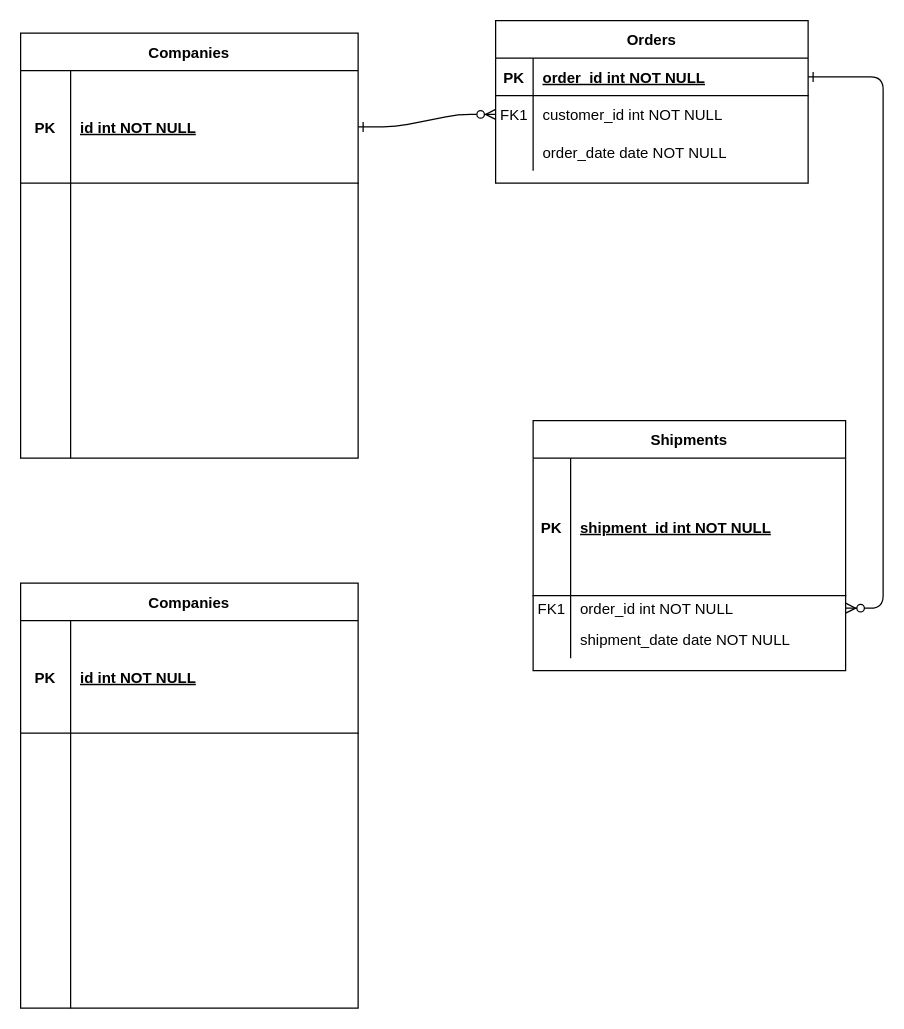
The draw.io diagram logs/Untitled Diagram.drawio in barmancity-lab/challenge-cor, before the edit. Source tidied: cells renumbered, new cells numbered last; positions are measured from the earlier drawing's top-left corner, leaving out a move shared by most shapes. Both pictures are drawn from the tidied source at 125%, with x=0, y=0 at pixel (20, 20).
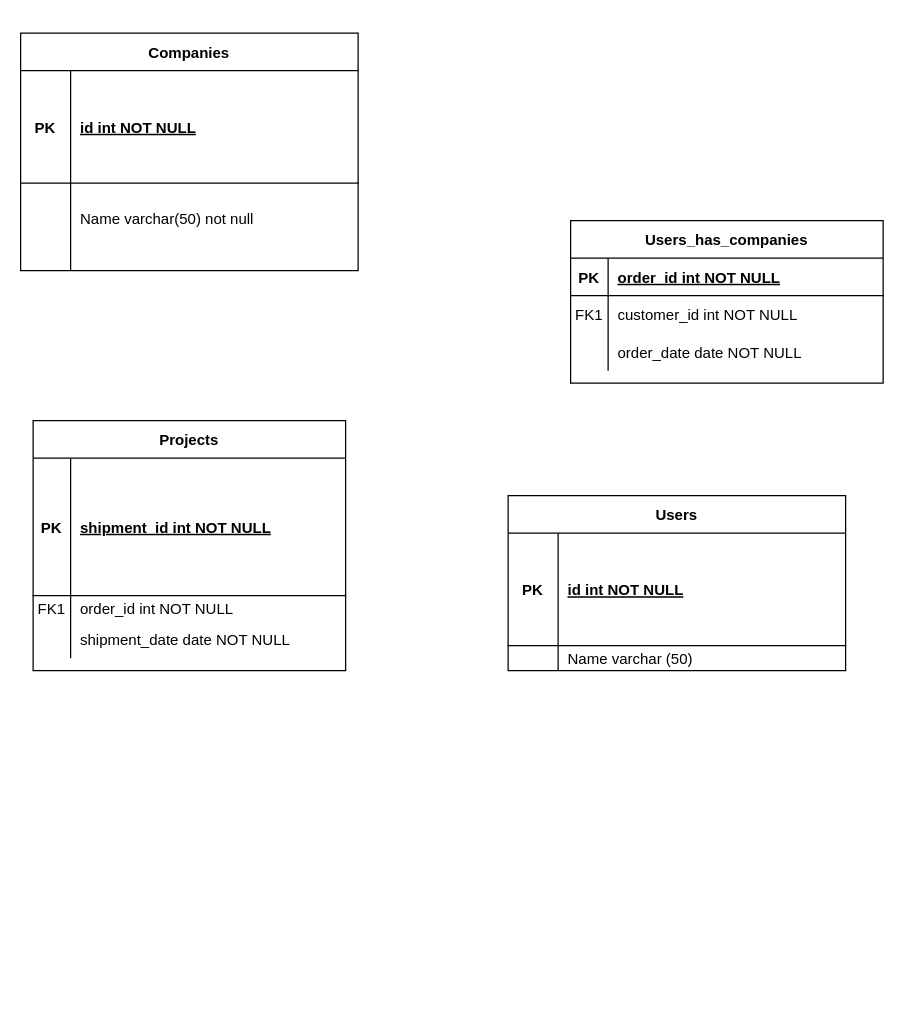
After the change.

The change refers to these unchanged cells:
```xml
<mxCell id="5" style="shape=partialRectangle;fillColor=none;points=[[0,0.5],[1,0.5]];portConstraint=eastwest;top=0;left=0;right=0;bottom=1;" parent="4" vertex="1">
  <mxGeometry y="30" width="250" height="30" as="geometry" />
</mxCell>
<mxCell id="8" style="shape=partialRectangle;fillColor=none;points=[[0,0.5],[1,0.5]];portConstraint=eastwest;top=0;left=0;right=0;bottom=0;" parent="4" vertex="1">
  <mxGeometry y="60" width="250" height="30" as="geometry" />
</mxCell>
<mxCell id="18" style="shape=partialRectangle;fillColor=none;points=[[0,0.5],[1,0.5]];portConstraint=eastwest;top=0;left=0;right=0;bottom=0;" parent="14" vertex="1">
  <mxGeometry y="140" width="250" height="20" as="geometry" />
</mxCell>
<mxCell id="25" style="shape=partialRectangle;fillColor=none;points=[[0,0.5],[1,0.5]];portConstraint=eastwest;top=0;left=0;right=0;bottom=1;" parent="24" vertex="1">
  <mxGeometry y="30" width="270" height="90" as="geometry" />
</mxCell>
```

Change to the diagram source:
```diff
@@
-    <mxCell id="2" style="edgeStyle=entityRelationEdgeStyle;endArrow=ERzeroToMany;startArrow=ERone;endFill=1;startFill=0;" parent="1" edge="1" source="25" target="8">
-      <mxGeometry relative="1" as="geometry" />
-    </mxCell>
-    <mxCell id="3" style="edgeStyle=entityRelationEdgeStyle;endArrow=ERzeroToMany;startArrow=ERone;endFill=1;startFill=0;" parent="1" edge="1" source="5" target="18">
-      <mxGeometry relative="1" as="geometry" />
-    </mxCell>
-    <mxCell id="4" value="Orders" style="shape=table;startSize=30;childLayout=tableLayout;rowLines=0;fontStyle=1;align=center;" parent="1" vertex="1">
-      <mxGeometry x="380" width="250" height="130" as="geometry" />
+    <mxCell id="4" value="Users_has_companies" style="shape=table;startSize=30;childLayout=tableLayout;rowLines=0;fontStyle=1;align=center;" parent="1" vertex="1">
+      <mxGeometry x="440" y="160" width="250" height="130" as="geometry" />
     </mxCell>
@@
-    <mxCell id="14" value="Shipments" style="shape=table;startSize=30;childLayout=tableLayout;rowLines=0;fontStyle=1;align=center;" parent="1" vertex="1">
-      <mxGeometry x="410" y="320" width="250" height="200" as="geometry" />
+    <mxCell id="14" value="Projects" style="shape=table;startSize=30;childLayout=tableLayout;rowLines=0;fontStyle=1;align=center;" parent="1" vertex="1">
+      <mxGeometry x="10" y="320" width="250" height="200" as="geometry" />
     </mxCell>
@@
     <mxCell id="24" value="Companies" style="shape=table;startSize=30;childLayout=tableLayout;rowLines=0;fontStyle=1;align=center;" parent="1" vertex="1">
-      <mxGeometry y="10" width="270" height="340" as="geometry" />
+      <mxGeometry y="10" width="270" height="190" as="geometry" />
     </mxCell>
@@
     <mxCell id="28" style="shape=partialRectangle;fillColor=none;top=0;left=0;right=0;bottom=0;" parent="24" vertex="1">
-      <mxGeometry y="120" width="270" height="220" as="geometry" />
+      <mxGeometry y="120" width="270" height="70" as="geometry" />
     </mxCell>
     <mxCell id="29" style="shape=partialRectangle;overflow=hidden;fillColor=none;top=0;left=0;bottom=0;right=0;" parent="28" vertex="1">
-      <mxGeometry width="40" height="220" as="geometry" />
+      <mxGeometry width="40" height="70" as="geometry" />
     </mxCell>
-    <mxCell id="30" style="shape=partialRectangle;overflow=hidden;fillColor=none;top=0;left=0;bottom=0;right=0;align=left;spacingLeft=6;" parent="28" vertex="1">
-      <mxGeometry x="40" width="230" height="220" as="geometry" />
+    <mxCell id="30" value="Name varchar(50) not null&#10;" style="shape=partialRectangle;overflow=hidden;fillColor=none;top=0;left=0;bottom=0;right=0;align=left;spacingLeft=6;" parent="28" vertex="1">
+      <mxGeometry x="40" width="230" height="70" as="geometry" />
     </mxCell>
-    <mxCell id="31" value="Companies" style="shape=table;startSize=30;childLayout=tableLayout;rowLines=0;fontStyle=1;align=center;" parent="1" vertex="1">
-      <mxGeometry y="450" width="270" height="340" as="geometry" />
+    <mxCell id="31" value="Users" style="shape=table;startSize=30;childLayout=tableLayout;rowLines=0;fontStyle=1;align=center;" parent="1" vertex="1">
+      <mxGeometry x="390" y="380" width="270" height="140" as="geometry" />
     </mxCell>
@@
     <mxCell id="35" style="shape=partialRectangle;fillColor=none;top=0;left=0;right=0;bottom=0;" parent="31" vertex="1">
-      <mxGeometry y="120" width="270" height="220" as="geometry" />
+      <mxGeometry y="120" width="270" height="20" as="geometry" />
     </mxCell>
     <mxCell id="36" style="shape=partialRectangle;overflow=hidden;fillColor=none;top=0;left=0;bottom=0;right=0;" parent="35" vertex="1">
-      <mxGeometry width="40" height="220" as="geometry" />
+      <mxGeometry width="40" height="20" as="geometry" />
     </mxCell>
-    <mxCell id="37" style="shape=partialRectangle;overflow=hidden;fillColor=none;top=0;left=0;bottom=0;right=0;align=left;spacingLeft=6;" parent="35" vertex="1">
-      <mxGeometry x="40" width="230" height="220" as="geometry" />
+    <mxCell id="37" value="Name varchar (50)" style="shape=partialRectangle;overflow=hidden;fillColor=none;top=0;left=0;bottom=0;right=0;align=left;spacingLeft=6;" parent="35" vertex="1">
+      <mxGeometry x="40" width="230" height="20" as="geometry" />
     </mxCell>
```
